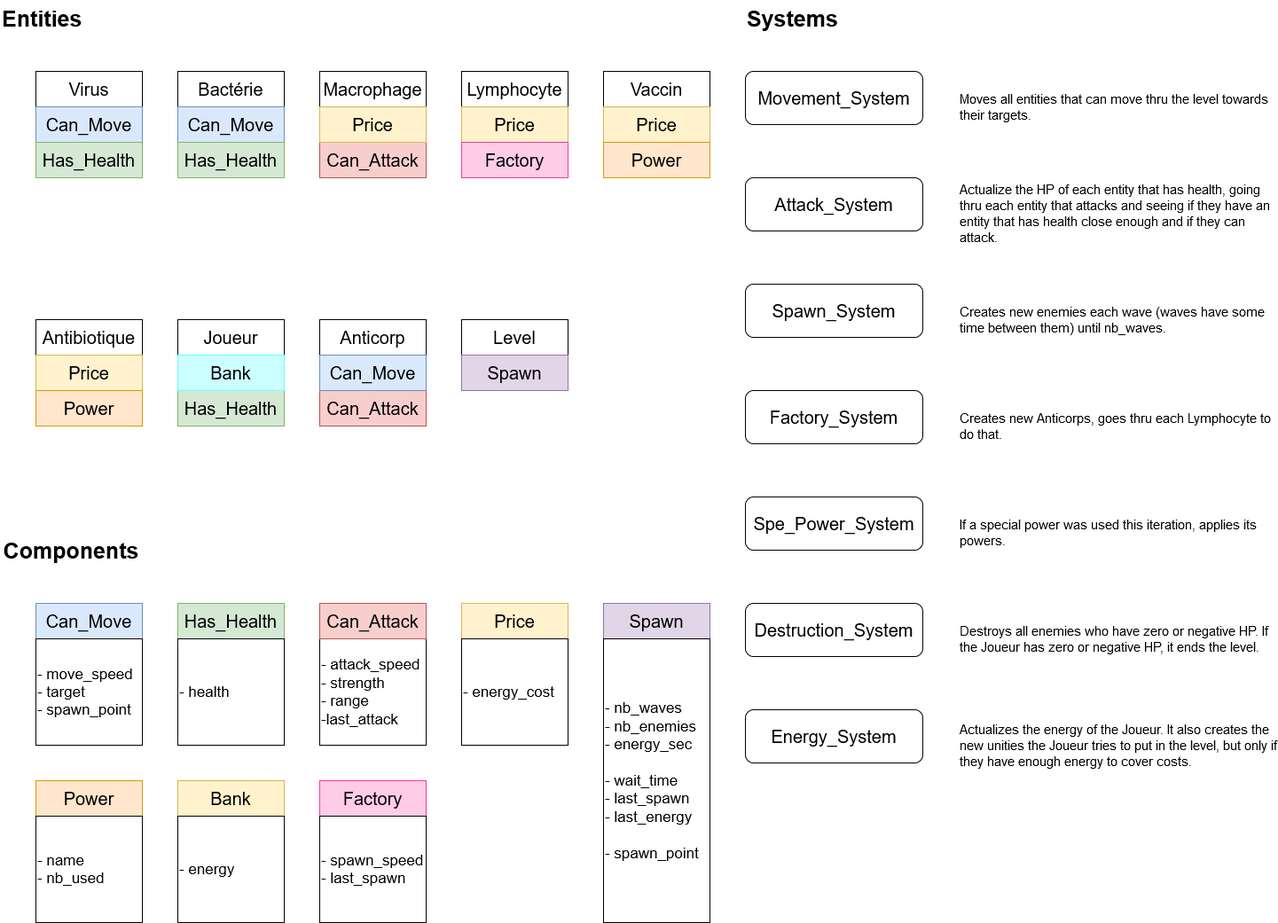
This is entities_components.png from Titanmito/Immunocalypse, a draw.io export, as it was before one commit. Source tidied: cells renumbered, new cells last; positions are measured from the earlier drawing's top-left corner, leaving out a move shared by most shapes.
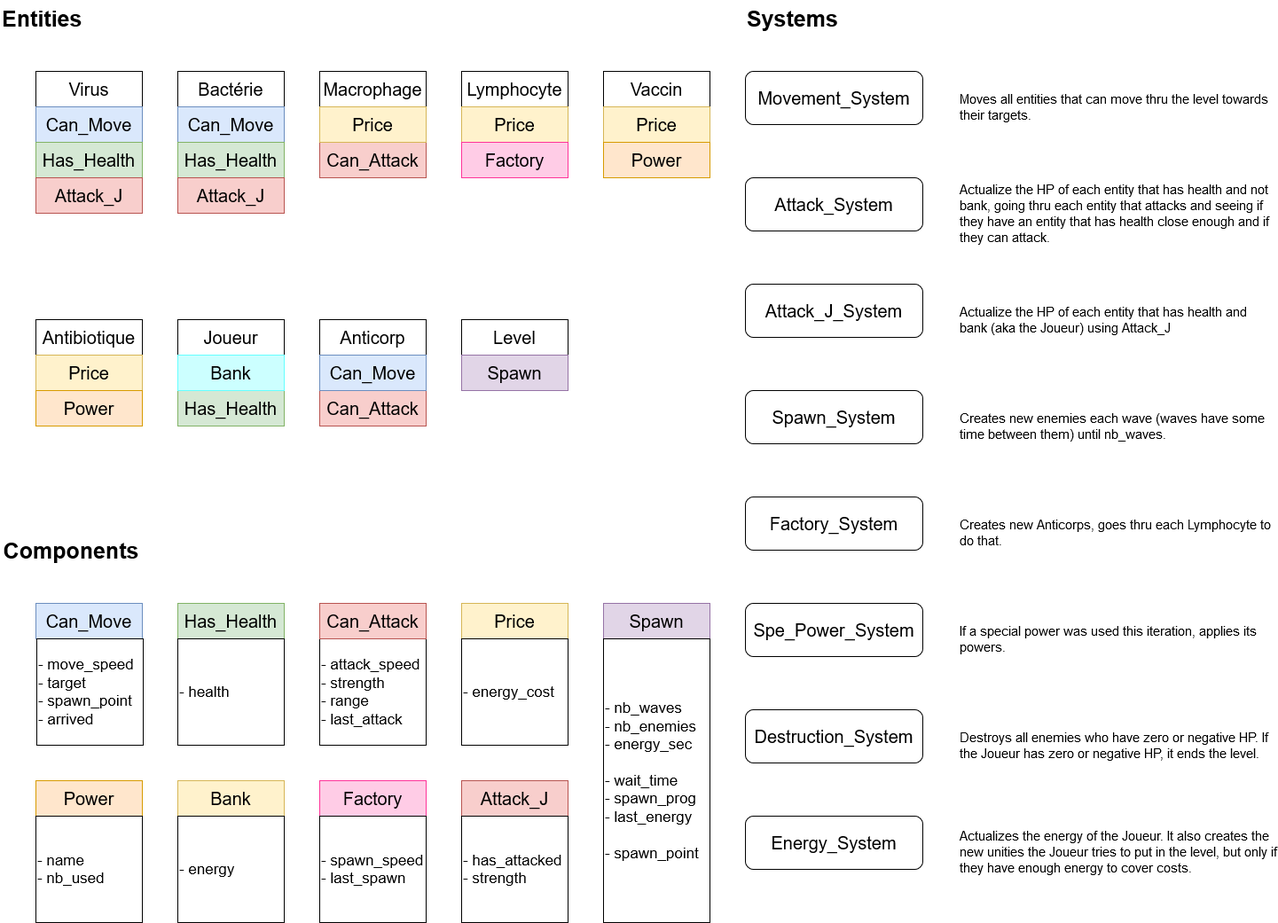
Above is the later version.

Diff of the diagram source:
```diff
@@ -32,8 +32,8 @@
     <mxCell id="11" value="&lt;font style=&quot;font-size: 20px&quot;&gt;Can_Move&lt;/font&gt;" style="rounded=0;whiteSpace=wrap;html=1;fillColor=#dae8fc;strokeColor=#6c8ebf;" parent="1" vertex="1">
       <mxGeometry x="40" y="680" width="120" height="40" as="geometry" />
     </mxCell>
-    <mxCell id="12" value="&lt;font style=&quot;font-size: 17px&quot;&gt;- move_speed&lt;/font&gt;&lt;br&gt;&lt;div style=&quot;font-size: 17px&quot; align=&quot;left&quot;&gt;&lt;font style=&quot;font-size: 17px&quot;&gt;- target&lt;/font&gt;&lt;/div&gt;&lt;div style=&quot;font-size: 17px&quot; align=&quot;left&quot;&gt;&lt;font style=&quot;font-size: 17px&quot;&gt;- spawn_point&lt;br&gt;&lt;/font&gt;&lt;/div&gt;" style="rounded=0;whiteSpace=wrap;html=1;align=left;" parent="1" vertex="1">
-      <mxGeometry x="40" y="720" width="120" height="120" as="geometry" />
+    <mxCell id="12" value="&lt;font style=&quot;font-size: 17px&quot;&gt;- move_speed&lt;/font&gt;&lt;br&gt;&lt;div style=&quot;font-size: 17px&quot; align=&quot;left&quot;&gt;&lt;font style=&quot;font-size: 17px&quot;&gt;- target&lt;/font&gt;&lt;/div&gt;&lt;div style=&quot;font-size: 17px&quot; align=&quot;left&quot;&gt;&lt;font style=&quot;font-size: 17px&quot;&gt;- spawn_point&lt;br&gt;&lt;/font&gt;&lt;/div&gt;&lt;div style=&quot;font-size: 17px&quot; align=&quot;left&quot;&gt;&lt;font style=&quot;font-size: 17px&quot;&gt;- arrived&lt;br&gt;&lt;/font&gt;&lt;/div&gt;" style="rounded=0;whiteSpace=wrap;html=1;align=left;" parent="1" vertex="1">
+      <mxGeometry x="41" y="720" width="120" height="120" as="geometry" />
     </mxCell>
     <mxCell id="13" value="&lt;font style=&quot;font-size: 20px&quot;&gt;Can_Move&lt;/font&gt;" style="rounded=0;whiteSpace=wrap;html=1;fillColor=#dae8fc;strokeColor=#6c8ebf;" parent="1" vertex="1">
       <mxGeometry x="40" y="120" width="120" height="40" as="geometry" />
@@ -59,7 +59,7 @@
     <mxCell id="20" value="&lt;font style=&quot;font-size: 20px&quot;&gt;Can_Attack&lt;/font&gt;" style="rounded=0;whiteSpace=wrap;html=1;fillColor=#f8cecc;strokeColor=#b85450;" parent="1" vertex="1">
       <mxGeometry x="360" y="680" width="120" height="40" as="geometry" />
     </mxCell>
-    <mxCell id="21" value="&lt;div&gt;&lt;font style=&quot;font-size: 17px&quot;&gt;- attack_speed&lt;/font&gt;&lt;/div&gt;&lt;div&gt;&lt;font style=&quot;font-size: 17px&quot;&gt;- strength&lt;br&gt;&lt;/font&gt;&lt;/div&gt;&lt;div&gt;&lt;font style=&quot;font-size: 17px&quot;&gt;- range&lt;/font&gt;&lt;/div&gt;&lt;div&gt;&lt;font style=&quot;font-size: 17px&quot;&gt;-last_attack&lt;br&gt;&lt;/font&gt;&lt;/div&gt;" style="rounded=0;whiteSpace=wrap;html=1;align=left;" parent="1" vertex="1">
+    <mxCell id="21" value="&lt;div&gt;&lt;font style=&quot;font-size: 17px&quot;&gt;- attack_speed&lt;/font&gt;&lt;/div&gt;&lt;div&gt;&lt;font style=&quot;font-size: 17px&quot;&gt;- strength&lt;br&gt;&lt;/font&gt;&lt;/div&gt;&lt;div&gt;&lt;font style=&quot;font-size: 17px&quot;&gt;- range&lt;/font&gt;&lt;/div&gt;&lt;div&gt;&lt;font style=&quot;font-size: 17px&quot;&gt;- last_attack&lt;br&gt;&lt;/font&gt;&lt;/div&gt;" style="rounded=0;whiteSpace=wrap;html=1;align=left;" parent="1" vertex="1">
       <mxGeometry x="360" y="720" width="120" height="120" as="geometry" />
     </mxCell>
     <mxCell id="22" value="&lt;font style=&quot;font-size: 20px&quot;&gt;Can_Attack&lt;/font&gt;" style="rounded=0;whiteSpace=wrap;html=1;fillColor=#f8cecc;strokeColor=#b85450;" parent="1" vertex="1">
@@ -71,6 +71,11 @@
     <mxCell id="24" value="&lt;font style=&quot;font-size: 20px&quot;&gt;Can_Attack&lt;/font&gt;" style="rounded=0;whiteSpace=wrap;html=1;fillColor=#f8cecc;strokeColor=#b85450;" parent="1" vertex="1">
       <mxGeometry x="360" y="680" width="120" height="40" as="geometry" />
     </mxCell>
+    <mxCell id="62" style="edgeStyle=orthogonalEdgeStyle;rounded=0;jettySize=auto;html=1;fontSize=15;" parent="1" edge="1" source="25">
+      <mxGeometry relative="1" as="geometry">
+        <mxPoint x="580" y="800" as="targetPoint" />
+      </mxGeometry>
+    </mxCell>
     <mxCell id="25" value="&lt;font style=&quot;font-size: 20px&quot;&gt;Price&lt;/font&gt;" style="rounded=0;whiteSpace=wrap;html=1;fillColor=#fff2cc;strokeColor=#d6b656;" parent="1" vertex="1">
       <mxGeometry x="520" y="680" width="120" height="40" as="geometry" />
     </mxCell>
@@ -101,7 +106,7 @@
     <mxCell id="34" value="&lt;font style=&quot;font-size: 20px&quot;&gt;Spawn&lt;/font&gt;" style="rounded=0;whiteSpace=wrap;html=1;fillColor=#e1d5e7;strokeColor=#9673a6;" parent="1" vertex="1">
       <mxGeometry x="680" y="680" width="120" height="40" as="geometry" />
     </mxCell>
-    <mxCell id="35" value="&lt;div&gt;&lt;font style=&quot;font-size: 17px&quot;&gt;- nb_waves&lt;/font&gt;&lt;/div&gt;&lt;div&gt;&lt;font style=&quot;font-size: 17px&quot;&gt;- nb_enemies&lt;/font&gt;&lt;/div&gt;&lt;div&gt;&lt;font style=&quot;font-size: 17px&quot;&gt;- energy_sec&lt;br&gt;&lt;/font&gt;&lt;/div&gt;&lt;div&gt;&lt;font style=&quot;font-size: 17px&quot;&gt;&lt;br&gt;&lt;/font&gt;&lt;/div&gt;&lt;div&gt;&lt;font style=&quot;font-size: 17px&quot;&gt;- wait_time&lt;/font&gt;&lt;/div&gt;&lt;div&gt;&lt;font style=&quot;font-size: 17px&quot;&gt;- last_spawn&lt;/font&gt;&lt;/div&gt;&lt;div&gt;&lt;font style=&quot;font-size: 17px&quot;&gt;- last_energy&lt;br&gt;&lt;/font&gt;&lt;/div&gt;&lt;div&gt;&lt;font style=&quot;font-size: 17px&quot;&gt;&lt;br&gt;&lt;/font&gt;&lt;/div&gt;&lt;div&gt;&lt;font style=&quot;font-size: 17px&quot;&gt;- spawn_point&lt;br&gt;&lt;/font&gt;&lt;/div&gt;" style="rounded=0;whiteSpace=wrap;html=1;align=left;" parent="1" vertex="1">
+    <mxCell id="35" value="&lt;div&gt;&lt;font style=&quot;font-size: 17px&quot;&gt;- nb_waves&lt;/font&gt;&lt;/div&gt;&lt;div&gt;&lt;font style=&quot;font-size: 17px&quot;&gt;- nb_enemies&lt;/font&gt;&lt;/div&gt;&lt;div&gt;&lt;font style=&quot;font-size: 17px&quot;&gt;- energy_sec&lt;br&gt;&lt;/font&gt;&lt;/div&gt;&lt;div&gt;&lt;font style=&quot;font-size: 17px&quot;&gt;&lt;br&gt;&lt;/font&gt;&lt;/div&gt;&lt;div&gt;&lt;font style=&quot;font-size: 17px&quot;&gt;- wait_time&lt;/font&gt;&lt;/div&gt;&lt;div&gt;&lt;font style=&quot;font-size: 17px&quot;&gt;- spawn_prog&lt;br&gt;&lt;/font&gt;&lt;/div&gt;&lt;div&gt;&lt;font style=&quot;font-size: 17px&quot;&gt;- last_energy&lt;br&gt;&lt;/font&gt;&lt;/div&gt;&lt;div&gt;&lt;font style=&quot;font-size: 17px&quot;&gt;&lt;br&gt;&lt;/font&gt;&lt;/div&gt;&lt;div&gt;&lt;font style=&quot;font-size: 17px&quot;&gt;- spawn_point&lt;br&gt;&lt;/font&gt;&lt;/div&gt;" style="rounded=0;whiteSpace=wrap;html=1;align=left;" parent="1" vertex="1">
       <mxGeometry x="680" y="720" width="120" height="320" as="geometry" />
     </mxCell>
     <mxCell id="36" value="&lt;font style=&quot;font-size: 20px&quot;&gt;Spawn&lt;/font&gt;" style="rounded=0;whiteSpace=wrap;html=1;fillColor=#e1d5e7;strokeColor=#9673a6;" parent="1" vertex="1">
@@ -117,10 +122,10 @@
       <mxGeometry x="840" y="200" width="200" height="60" as="geometry" />
     </mxCell>
     <mxCell id="40" value="&lt;font style=&quot;font-size: 20px&quot;&gt;Spawn_System&lt;/font&gt;" style="rounded=1;whiteSpace=wrap;html=1;" parent="1" vertex="1">
-      <mxGeometry x="840" y="320" width="200" height="60" as="geometry" />
+      <mxGeometry x="840" y="440" width="200" height="60" as="geometry" />
     </mxCell>
     <mxCell id="41" value="&lt;font style=&quot;font-size: 20px&quot;&gt;Spe_Power_System&lt;/font&gt;" style="rounded=1;whiteSpace=wrap;html=1;" parent="1" vertex="1">
-      <mxGeometry x="840" y="560" width="200" height="60" as="geometry" />
+      <mxGeometry x="840" y="680" width="200" height="60" as="geometry" />
     </mxCell>
     <mxCell id="42" value="&lt;font style=&quot;font-size: 20px&quot;&gt;Power&lt;/font&gt;" style="rounded=0;whiteSpace=wrap;html=1;fillColor=#ffe6cc;strokeColor=#d79b00;" parent="1" vertex="1">
       <mxGeometry x="40" y="880" width="120" height="40" as="geometry" />
@@ -135,7 +140,7 @@
       <mxGeometry x="40" y="440" width="120" height="40" as="geometry" />
     </mxCell>
     <mxCell id="46" value="&lt;font style=&quot;font-size: 20px&quot;&gt;Destruction_System&lt;/font&gt;" style="rounded=1;whiteSpace=wrap;html=1;" parent="1" vertex="1">
-      <mxGeometry x="840" y="680" width="200" height="60" as="geometry" />
+      <mxGeometry x="840" y="800" width="200" height="60" as="geometry" />
     </mxCell>
     <mxCell id="47" value="&lt;font style=&quot;font-size: 20px&quot;&gt;Bank&lt;/font&gt;" style="rounded=0;whiteSpace=wrap;html=1;fillColor=#fff2cc;strokeColor=#d6b656;" parent="1" vertex="1">
       <mxGeometry x="200" y="880" width="120" height="40" as="geometry" />
@@ -147,7 +152,7 @@
       <mxGeometry x="200" y="400" width="120" height="40" as="geometry" />
     </mxCell>
     <mxCell id="50" value="&lt;font style=&quot;font-size: 20px&quot;&gt;Energy_System&lt;/font&gt;" style="rounded=1;whiteSpace=wrap;html=1;" parent="1" vertex="1">
-      <mxGeometry x="840" y="800" width="200" height="60" as="geometry" />
+      <mxGeometry x="840" y="920" width="200" height="60" as="geometry" />
     </mxCell>
     <mxCell id="51" value="&lt;font style=&quot;font-size: 20px&quot;&gt;Factory&lt;/font&gt;" style="rounded=0;whiteSpace=wrap;html=1;fillColor=#FFCCE6;strokeColor=#FF3399;" parent="1" vertex="1">
       <mxGeometry x="360" y="880" width="120" height="40" as="geometry" />
@@ -159,28 +164,46 @@
       <mxGeometry x="520" y="160" width="120" height="40" as="geometry" />
     </mxCell>
     <mxCell id="54" value="&lt;font style=&quot;font-size: 20px&quot;&gt;Factory_System&lt;/font&gt;" style="rounded=1;whiteSpace=wrap;html=1;" parent="1" vertex="1">
-      <mxGeometry x="840" y="440" width="200" height="60" as="geometry" />
+      <mxGeometry x="840" y="560" width="200" height="60" as="geometry" />
     </mxCell>
     <mxCell id="55" value="Moves all entities that can move thru the level towards their targets." style="text;html=1;strokeColor=none;fillColor=none;align=left;verticalAlign=middle;whiteSpace=wrap;rounded=0;fontSize=15;" parent="1" vertex="1">
       <mxGeometry x="1080" y="80" width="360" height="80" as="geometry" />
     </mxCell>
-    <mxCell id="56" value="Actualize the HP of each entity that has health, going thru each entity that attacks and seeing if they have an entity that has health close enough and if they can attack. " style="text;html=1;strokeColor=none;fillColor=none;align=left;verticalAlign=middle;whiteSpace=wrap;rounded=0;fontSize=15;" parent="1" vertex="1">
+    <mxCell id="56" value="Actualize the HP of each entity that has health and not bank, going thru each entity that attacks and seeing if they have an entity that has health close enough and if they can attack. " style="text;html=1;strokeColor=none;fillColor=none;align=left;verticalAlign=middle;whiteSpace=wrap;rounded=0;fontSize=15;" parent="1" vertex="1">
       <mxGeometry x="1080" y="200" width="360" height="80" as="geometry" />
     </mxCell>
     <mxCell id="57" value="Creates new enemies each wave (waves have some time between them) until nb_waves. " style="text;html=1;strokeColor=none;fillColor=none;align=left;verticalAlign=middle;whiteSpace=wrap;rounded=0;fontSize=15;" parent="1" vertex="1">
-      <mxGeometry x="1080" y="320" width="360" height="80" as="geometry" />
+      <mxGeometry x="1080" y="440" width="360" height="80" as="geometry" />
     </mxCell>
     <mxCell id="58" value="Creates new Anticorps, goes thru each Lymphocyte to do that.&amp;nbsp; &amp;nbsp; " style="text;html=1;strokeColor=none;fillColor=none;align=left;verticalAlign=middle;whiteSpace=wrap;rounded=0;fontSize=15;" parent="1" vertex="1">
-      <mxGeometry x="1080" y="440" width="360" height="80" as="geometry" />
+      <mxGeometry x="1080" y="560" width="360" height="80" as="geometry" />
     </mxCell>
     <mxCell id="59" value="If a special power was used this iteration, applies its powers." style="text;html=1;strokeColor=none;fillColor=none;align=left;verticalAlign=middle;whiteSpace=wrap;rounded=0;fontSize=15;" parent="1" vertex="1">
-      <mxGeometry x="1080" y="560" width="360" height="80" as="geometry" />
+      <mxGeometry x="1080" y="680" width="360" height="80" as="geometry" />
     </mxCell>
     <mxCell id="60" value="Destroys all enemies who have zero or negative HP. If the Joueur has zero or negative HP, it ends the level. " style="text;html=1;strokeColor=none;fillColor=none;align=left;verticalAlign=middle;whiteSpace=wrap;rounded=0;fontSize=15;" parent="1" vertex="1">
-      <mxGeometry x="1080" y="680" width="360" height="80" as="geometry" />
+      <mxGeometry x="1080" y="800" width="360" height="80" as="geometry" />
     </mxCell>
     <mxCell id="61" value="Actualizes the energy of the Joueur. It also creates the new unities the Joueur tries to put in the level, but only if they have enough energy to cover costs. " style="text;html=1;strokeColor=none;fillColor=none;align=left;verticalAlign=middle;whiteSpace=wrap;rounded=0;fontSize=15;" parent="1" vertex="1">
-      <mxGeometry x="1080" y="800" width="360" height="80" as="geometry" />
+      <mxGeometry x="1080" y="920" width="360" height="80" as="geometry" />
     </mxCell>
+    <mxCell id="63" value="&lt;font style=&quot;font-size: 20px&quot;&gt;Attack_J&lt;/font&gt;" style="rounded=0;whiteSpace=wrap;html=1;fillColor=#f8cecc;strokeColor=#b85450;" parent="1" vertex="1">
+      <mxGeometry x="520" y="880" width="120" height="40" as="geometry" />
+    </mxCell>
+    <mxCell id="64" value="&lt;div&gt;&lt;font style=&quot;font-size: 17px&quot;&gt;- has_attacked&lt;/font&gt;&lt;/div&gt;&lt;div&gt;&lt;font style=&quot;font-size: 17px&quot;&gt;- strength&lt;br&gt;&lt;/font&gt;&lt;/div&gt;" style="rounded=0;whiteSpace=wrap;html=1;align=left;" parent="1" vertex="1">
+      <mxGeometry x="520" y="920" width="120" height="120" as="geometry" />
+    </mxCell>
+    <mxCell id="65" value="&lt;font style=&quot;font-size: 20px&quot;&gt;Attack_J&lt;/font&gt;" style="rounded=0;whiteSpace=wrap;html=1;fillColor=#f8cecc;strokeColor=#b85450;" parent="1" vertex="1">
+      <mxGeometry x="40" y="200" width="120" height="40" as="geometry" />
+    </mxCell>
+    <mxCell id="66" value="&lt;font style=&quot;font-size: 20px&quot;&gt;Attack_J_System&lt;/font&gt;" style="rounded=1;whiteSpace=wrap;html=1;" parent="1" vertex="1">
+      <mxGeometry x="840" y="320" width="200" height="60" as="geometry" />
+    </mxCell>
+    <mxCell id="67" value="&lt;font style=&quot;font-size: 20px&quot;&gt;Attack_J&lt;/font&gt;" style="rounded=0;whiteSpace=wrap;html=1;fillColor=#f8cecc;strokeColor=#b85450;" parent="1" vertex="1">
+      <mxGeometry x="200" y="200" width="120" height="40" as="geometry" />
+    </mxCell>
+    <mxCell id="68" value="Actualize the HP of each entity that has health and&amp;nbsp; bank (aka the Joueur) using Attack_J" style="text;html=1;strokeColor=none;fillColor=none;align=left;verticalAlign=middle;whiteSpace=wrap;rounded=0;fontSize=15;" parent="1" vertex="1">
+      <mxGeometry x="1080" y="320" width="360" height="80" as="geometry" />
+    </mxCell>
   </root>
 </mxGraphModel>
```
